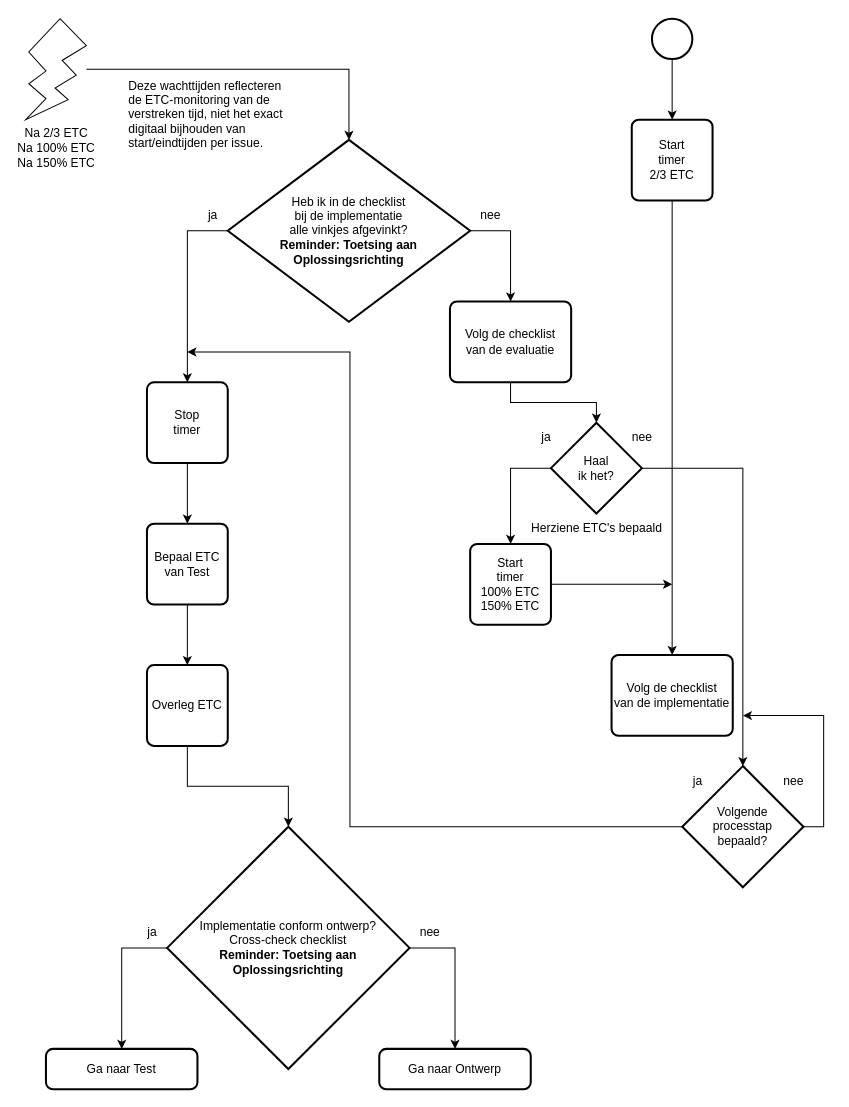
Above: 4 Issue Tracker implementatie.drawio in Zaibatsu89/IssueTracker (draw.io), before the change. Source tidied: cells renumbered, new cells numbered last; positions are measured from the earlier drawing's top-left corner, leaving out a move shared by most shapes. Both pictures are drawn from the tidied source at 101%, with x=0, y=0 at pixel (25, 18).
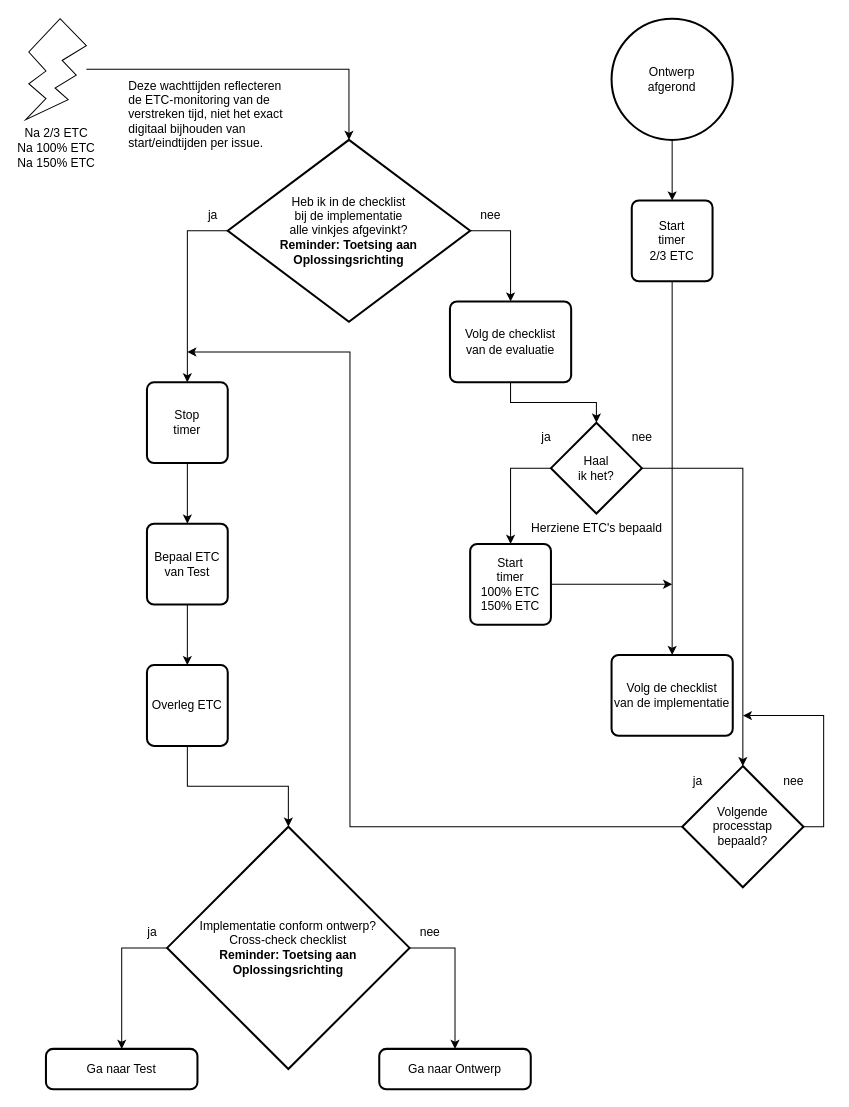
After the change.

Commit message (it also covers changes not shown here):
Vervang witte bolletje door "{naam van vorige processtap} afgerond" in flowcharts

Diff of the diagram source:
```diff
@@
-    <mxCell id="3" style="strokeWidth=2;html=1;shape=mxgraph.flowchart.start_2;whiteSpace=wrap;" parent="1" vertex="1">
-      <mxGeometry x="620" width="40" height="40" as="geometry" />
+    <mxCell id="3" value="Ontwerp&lt;div&gt;afgerond&lt;/div&gt;" style="strokeWidth=2;html=1;shape=mxgraph.flowchart.start_2;whiteSpace=wrap;" parent="1" vertex="1">
+      <mxGeometry x="580" width="120" height="120" as="geometry" />
     </mxCell>
@@
     <mxCell id="11" value="Start&lt;br&gt;timer&lt;br&gt;2/3 ETC" style="rounded=1;whiteSpace=wrap;html=1;absoluteArcSize=1;arcSize=14;strokeWidth=2;" parent="1" vertex="1">
-      <mxGeometry x="600" y="100" width="80" height="80" as="geometry" />
+      <mxGeometry x="600" y="180" width="80" height="80" as="geometry" />
     </mxCell>
```
